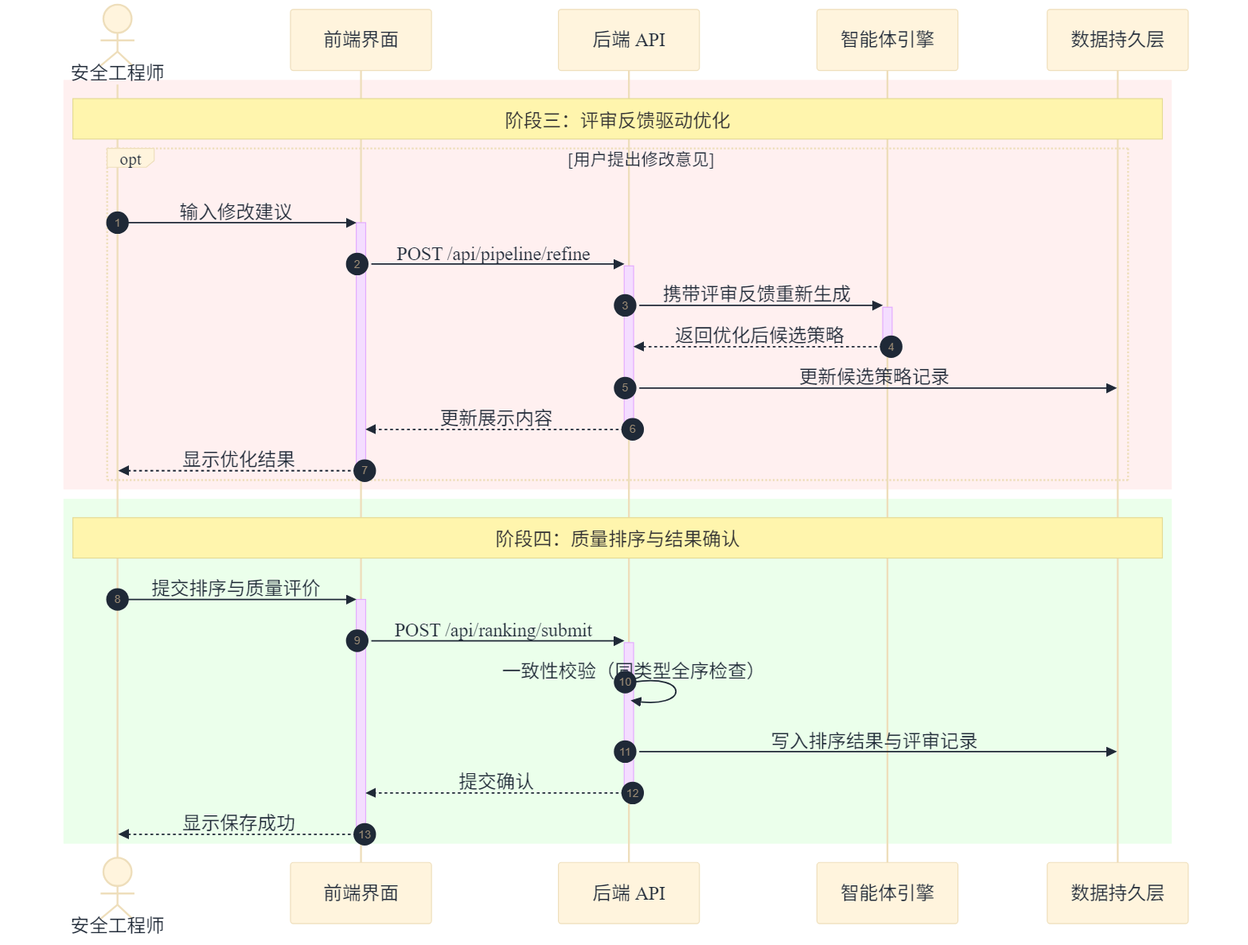
Ivanbeethoven/ustb_graduator_paper keeps this Mermaid diagram as images/chap4/pipeline_sequence_b.png. Above is the earlier version. Its source is kept beside it as images/chap4/pipeline_sequence_b.mmd.
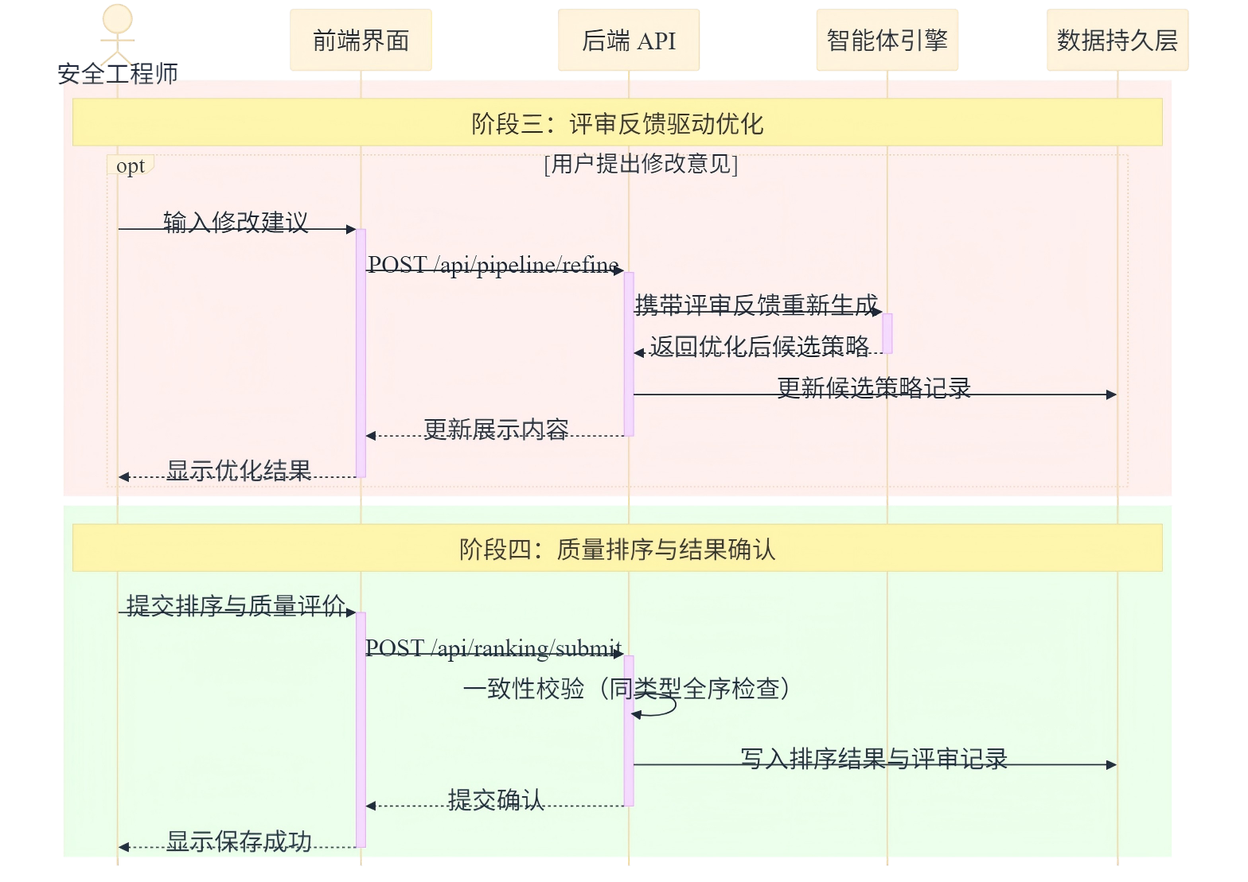
The same diagram one commit later.

What changed in the source:
```diff
@@ -2,22 +2,24 @@
   "theme": "base",
   "themeVariables": {
     "fontFamily": "Microsoft YaHei, PingFang SC, Noto Sans SC, sans-serif",
-    "fontSize": "20px",
+    "fontSize": "26px",
     "lineColor": "#64748b",
     "primaryTextColor": "#1f2937"
   },
   "sequence": {
-    "actorFontSize": 20,
-    "messageFontSize": 20,
-    "noteFontSize": 20,
+    "actorFontSize": 26,
+    "messageFontSize": 26,
+    "noteFontSize": 26,
     "actorMargin": 95,
-    "messageMargin": 48
+    "messageMargin": 62,
+    "mirrorActors": false,
+    "showSequenceNumbers": false,
+    "bottomMarginAdj": 4
   },
-  "themeCSS": ".messageText { font-size: 20px !important; } .actor { font-size: 20px !important; } .noteText { font-size: 20px !important; } .loopText, .labelText { font-size: 18px !important; }"
+  "themeCSS": ".messageText { font-size: 26px !important; } .actor { font-size: 26px !important; } .noteText { font-size: 26px !important; } .loopText, .labelText { font-size: 24px !important; }"
 }}%%
 
 sequenceDiagram
-    autonumber
     actor User as 安全工程师
     participant UI as 前端界面
     participant API as 后端 API
```
